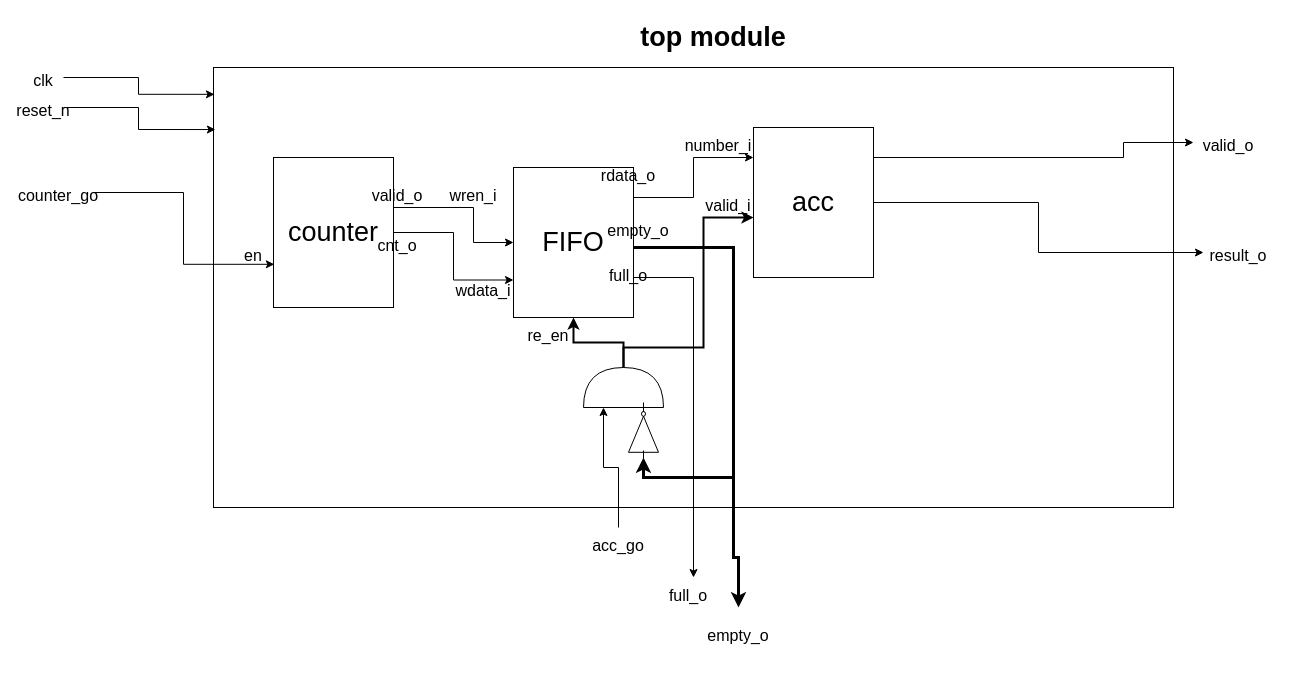
Above: Byeong_Hyeon/week4/xzd.drawio in bhkim003/SDS_B_18 (draw.io), before the change. Source tidied: cells renumbered, new cells numbered last; positions are measured from the earlier drawing's top-left corner, leaving out a move shared by most shapes. Both pictures are drawn from the tidied source at 100%, with x=0, y=0 at pixel (23, 17).
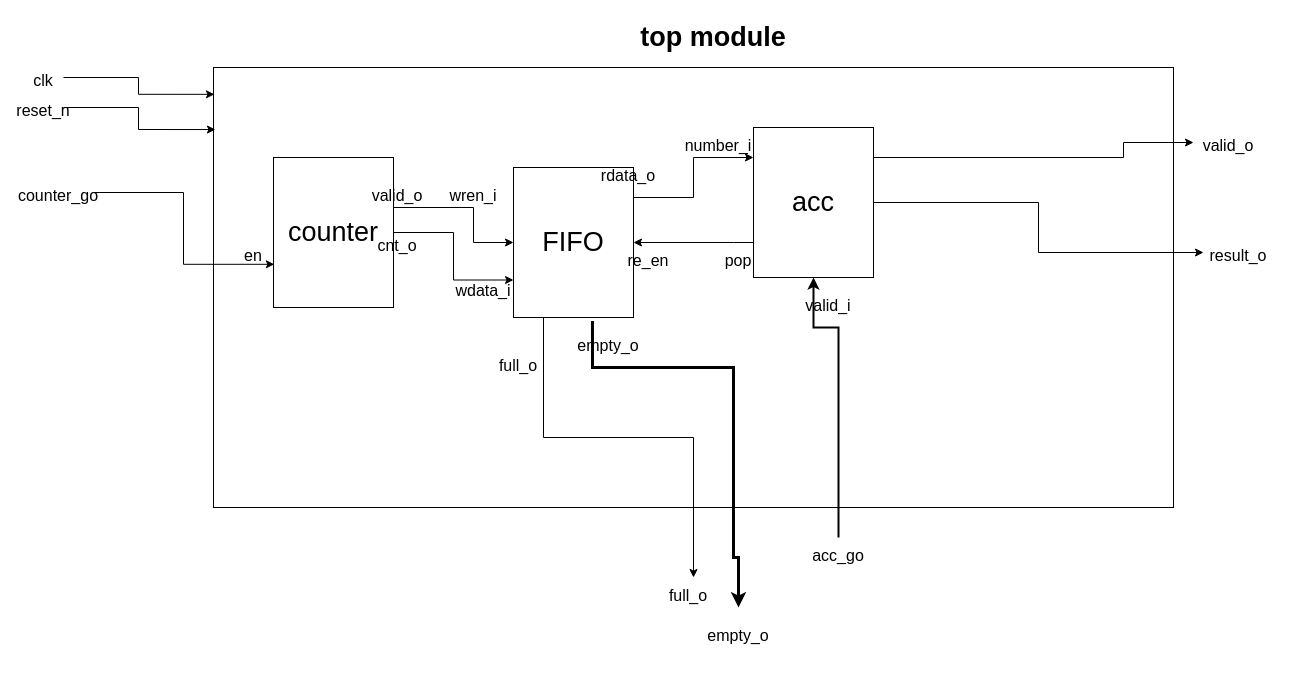
After the change.

Unchanged cells that the change refers to:
```xml
<mxCell id="6" value="acc" style="rounded=0;whiteSpace=wrap;html=1;fontSize=27;fillColor=default;" parent="1" vertex="1">
  <mxGeometry x="730" y="110" width="120" height="150" as="geometry" />
</mxCell>
<mxCell id="13" value="FIFO" style="rounded=0;whiteSpace=wrap;html=1;fontSize=27;fillColor=default;" parent="1" vertex="1">
  <mxGeometry x="490" y="150" width="120" height="150" as="geometry" />
</mxCell>
<mxCell id="27" value="&lt;font style=&quot;font-size: 16px;&quot;&gt;empty_o&lt;/font&gt;" style="rounded=0;whiteSpace=wrap;html=1;fontSize=27;fillColor=none;strokeColor=none;" parent="1" vertex="1">
  <mxGeometry x="680" y="590" width="70" height="50" as="geometry" />
</mxCell>
```

Change to the diagram source:
```diff
@@
+    <mxCell id="42" style="edgeStyle=orthogonalEdgeStyle;rounded=0;jettySize=auto;html=1;strokeWidth=1;" parent="1" edge="1" source="6" target="13">
+      <mxGeometry relative="1" as="geometry">
+        <Array as="points">
+          <mxPoint x="710" y="225" />
+          <mxPoint x="710" y="225" />
+        </Array>
+      </mxGeometry>
+    </mxCell>
@@
-    <mxCell id="10" style="edgeStyle=orthogonalEdgeStyle;rounded=0;jettySize=auto;html=1;fontSize=16;" parent="1" edge="1" source="13">
+    <mxCell id="10" style="edgeStyle=orthogonalEdgeStyle;rounded=0;jettySize=auto;html=1;fontSize=16;exitX=0.25;exitY=1;exitDx=0;exitDy=0;" parent="1" edge="1" source="13">
       <mxGeometry relative="1" as="geometry">
         <mxPoint x="670" y="560" as="targetPoint" />
         <Array as="points">
-          <mxPoint x="670" y="260" />
-          <mxPoint x="670" y="560" />
+          <mxPoint x="520" y="420" />
+          <mxPoint x="670" y="420" />
         </Array>
       </mxGeometry>
     </mxCell>
-    <mxCell id="11" style="edgeStyle=orthogonalEdgeStyle;rounded=0;jettySize=auto;html=1;fontSize=16;entryX=0.5;entryY=0;entryDx=0;entryDy=0;strokeWidth=3;" parent="1" edge="1" source="13" target="27">
+    <mxCell id="11" style="edgeStyle=orthogonalEdgeStyle;rounded=0;jettySize=auto;html=1;fontSize=16;entryX=0.5;entryY=0;entryDx=0;entryDy=0;strokeWidth=3;exitX=0.658;exitY=1.024;exitDx=0;exitDy=0;exitPerimeter=0;" parent="1" edge="1" source="13" target="27">
       <mxGeometry relative="1" as="geometry">
         <Array as="points">
-          <mxPoint x="710" y="230" />
+          <mxPoint x="569" y="350" />
+          <mxPoint x="710" y="350" />
           <mxPoint x="710" y="540" />
           <mxPoint x="715" y="540" />
         </Array>
       </mxGeometry>
     </mxCell>
@@
-    <mxCell id="24" style="edgeStyle=orthogonalEdgeStyle;rounded=0;jettySize=auto;html=1;entryX=0;entryY=0.25;entryDx=0;entryDy=0;entryPerimeter=0;fontSize=16;" parent="1" edge="1" source="25" target="30">
-      <mxGeometry relative="1" as="geometry" />
-    </mxCell>
+    <mxCell id="43" style="edgeStyle=orthogonalEdgeStyle;rounded=0;jettySize=auto;html=1;entryX=0.5;entryY=1;entryDx=0;entryDy=0;strokeWidth=2;" parent="1" edge="1" source="25" target="6">
+      <mxGeometry relative="1" as="geometry">
+        <Array as="points">
+          <mxPoint x="815" y="310" />
+          <mxPoint x="790" y="310" />
+        </Array>
+      </mxGeometry>
+    </mxCell>
     <mxCell id="25" value="&lt;font style=&quot;font-size: 16px;&quot;&gt;acc_go&lt;/font&gt;" style="rounded=0;whiteSpace=wrap;html=1;fontSize=27;fillColor=none;strokeColor=none;" parent="1" vertex="1">
-      <mxGeometry x="560" y="510" width="70" height="30" as="geometry" />
+      <mxGeometry x="780" y="520" width="70" height="30" as="geometry" />
     </mxCell>
@@
-    <mxCell id="28" style="edgeStyle=orthogonalEdgeStyle;rounded=0;jettySize=auto;html=1;fontSize=16;strokeWidth=2;" parent="1" edge="1" source="30">
-      <mxGeometry relative="1" as="geometry">
-        <mxPoint x="550" y="300" as="targetPoint" />
-        <Array as="points">
-          <mxPoint x="600" y="325" />
-          <mxPoint x="550" y="325" />
-          <mxPoint x="550" y="300" />
-        </Array>
-      </mxGeometry>
-    </mxCell>
-    <mxCell id="29" style="edgeStyle=orthogonalEdgeStyle;rounded=0;jettySize=auto;html=1;fontSize=16;strokeWidth=2;exitX=1;exitY=0.5;exitDx=0;exitDy=0;exitPerimeter=0;" parent="1" edge="1" source="30">
-      <mxGeometry relative="1" as="geometry">
-        <mxPoint x="730" y="200" as="targetPoint" />
-        <Array as="points">
-          <mxPoint x="600" y="330" />
-          <mxPoint x="680" y="330" />
-          <mxPoint x="680" y="200" />
-          <mxPoint x="730" y="200" />
-        </Array>
-      </mxGeometry>
-    </mxCell>
-    <mxCell id="30" style="shape=or;whiteSpace=wrap;html=1;fontSize=16;fillColor=none;rotation=-90;" parent="1" vertex="1">
-      <mxGeometry x="580" y="330" width="40" height="80" as="geometry" />
-    </mxCell>
-    <mxCell id="31" style="edgeStyle=orthogonalEdgeStyle;rounded=0;jettySize=auto;html=1;fontSize=16;exitX=1;exitY=0.533;exitDx=0;exitDy=0;exitPerimeter=0;strokeWidth=3;" parent="1" edge="1" source="13">
-      <mxGeometry relative="1" as="geometry">
-        <mxPoint x="620" y="440" as="targetPoint" />
-        <Array as="points">
-          <mxPoint x="710" y="230" />
-          <mxPoint x="710" y="460" />
-          <mxPoint x="620" y="460" />
-        </Array>
-      </mxGeometry>
-    </mxCell>
     <mxCell id="32" value="&lt;font style=&quot;font-size: 16px;&quot;&gt;empty_o&lt;/font&gt;" style="rounded=0;whiteSpace=wrap;html=1;fontSize=27;fillColor=none;strokeColor=none;" parent="1" vertex="1">
-      <mxGeometry x="580" y="185" width="70" height="50" as="geometry" />
+      <mxGeometry x="550" y="300" width="70" height="50" as="geometry" />
     </mxCell>
-    <mxCell id="33" value="&lt;font style=&quot;font-size: 16px;&quot;&gt;full_o&lt;/font&gt;" style="rounded=0;whiteSpace=wrap;html=1;fontSize=27;fillColor=none;strokeColor=none;" parent="1" vertex="1">
-      <mxGeometry x="570" y="230" width="70" height="50" as="geometry" />
-    </mxCell>
     <mxCell id="34" value="&lt;font style=&quot;font-size: 16px;&quot;&gt;re_en&lt;/font&gt;" style="rounded=0;whiteSpace=wrap;html=1;fontSize=27;fillColor=none;strokeColor=none;" parent="1" vertex="1">
-      <mxGeometry x="490" y="290" width="70" height="50" as="geometry" />
+      <mxGeometry x="590" y="215" width="70" height="50" as="geometry" />
     </mxCell>
     <mxCell id="35" value="&lt;font style=&quot;font-size: 16px;&quot;&gt;valid_i&lt;/font&gt;" style="rounded=0;whiteSpace=wrap;html=1;fontSize=27;fillColor=none;strokeColor=none;" parent="1" vertex="1">
-      <mxGeometry x="670" y="160" width="70" height="50" as="geometry" />
+      <mxGeometry x="770" y="260" width="70" height="50" as="geometry" />
     </mxCell>
-    <mxCell id="36" style="verticalLabelPosition=bottom;shadow=0;dashed=0;align=center;html=1;verticalAlign=top;shape=mxgraph.electrical.logic_gates.inverter_2;fontSize=16;fillColor=none;rotation=-90;" parent="1" vertex="1">
-      <mxGeometry x="590" y="400" width="60" height="30" as="geometry" />
-    </mxCell>
@@
+    <mxCell id="33" value="&lt;font style=&quot;font-size: 16px;&quot;&gt;full_o&lt;/font&gt;" style="rounded=0;whiteSpace=wrap;html=1;fontSize=27;fillColor=none;strokeColor=none;" parent="1" vertex="1">
+      <mxGeometry x="460" y="320" width="70" height="50" as="geometry" />
+    </mxCell>
+    <mxCell id="44" value="&lt;font style=&quot;font-size: 16px;&quot;&gt;pop&lt;/font&gt;" style="rounded=0;whiteSpace=wrap;html=1;fontSize=27;fillColor=none;strokeColor=none;" parent="1" vertex="1">
+      <mxGeometry x="680" y="215" width="70" height="50" as="geometry" />
+    </mxCell>
```
